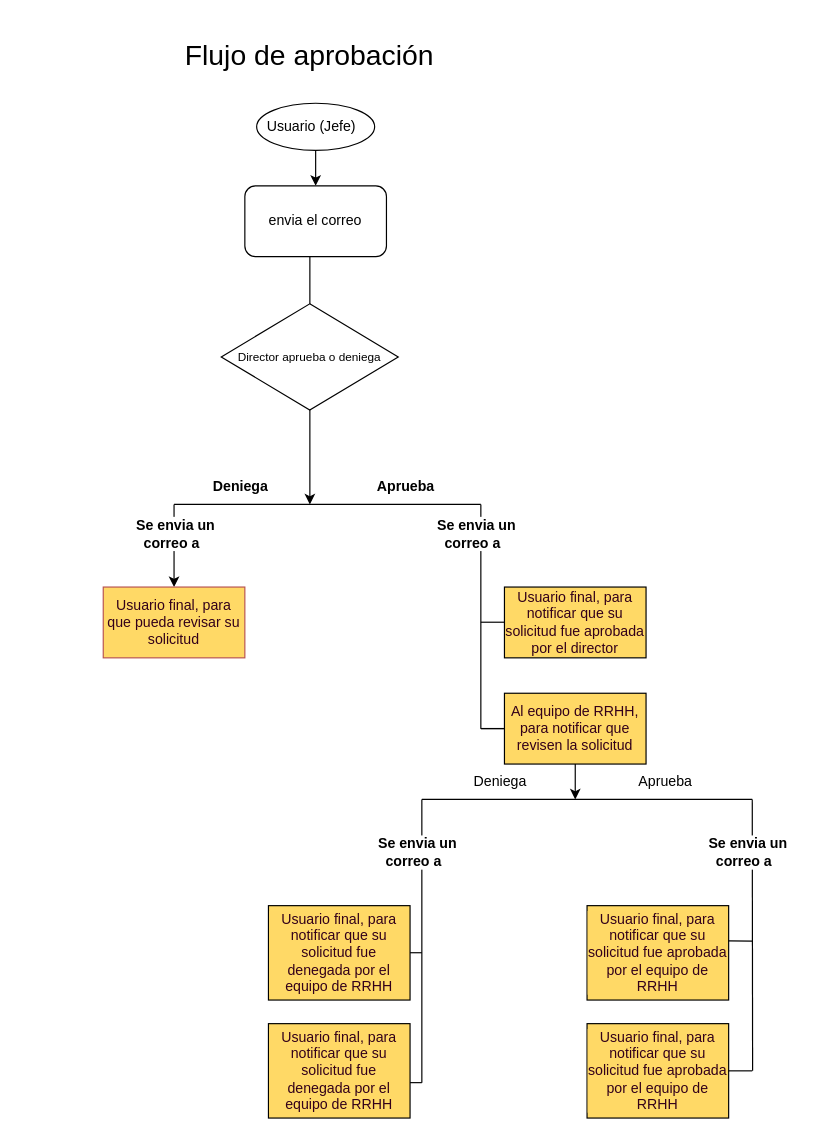
Above: page "Usuario Jefe" (2 of 3) of rrhh/Untitled Diagram.drawio in rmiambiente/DrawioInfo (draw.io), before the change. Source tidied: cells renumbered, new cells numbered last; positions are measured from the earlier drawing's top-left corner, leaving out a move shared by most shapes. Both pictures are drawn from the tidied source at 118%, with x=0, y=0 at pixel (103, 20).
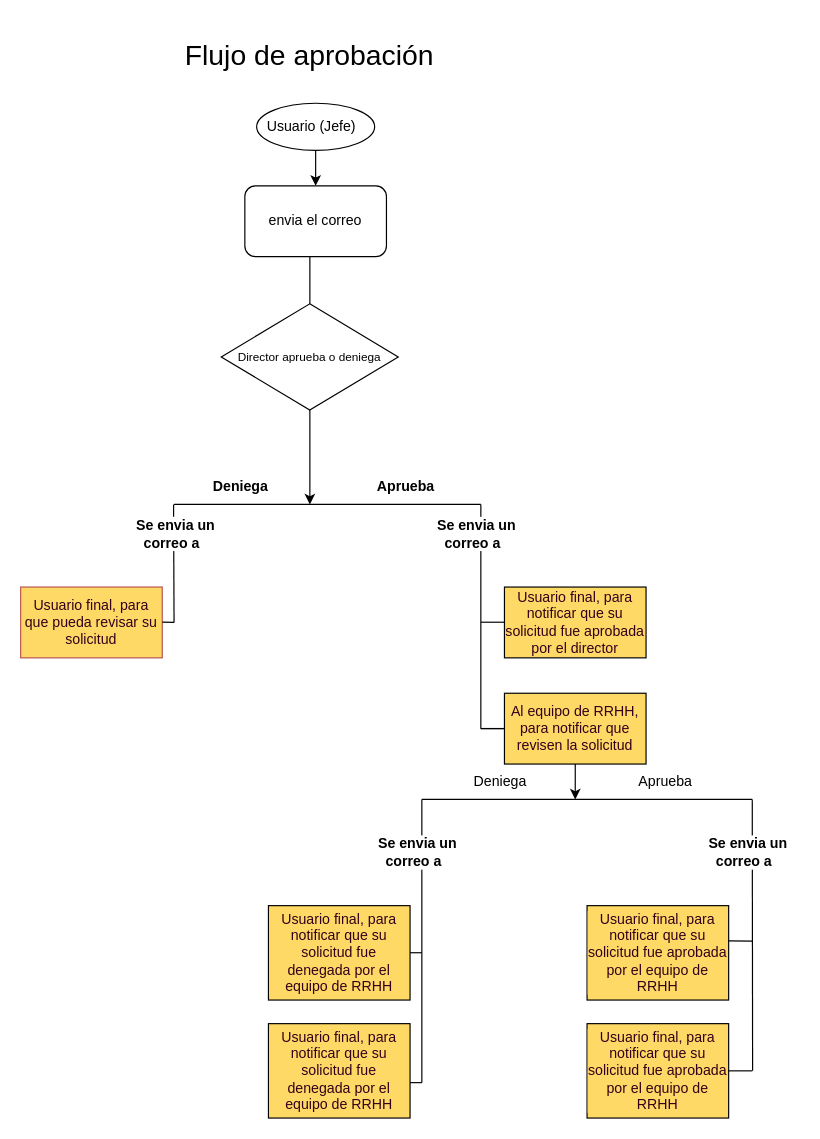
The same diagram, later.

Commit message:
Actualización con usuario 2 anexo.drawio

Diff of the diagram source:
```diff
@@
+    <mxCell id="37" style="endArrow=none;html=1;rounded=0;" parent="1" edge="1">
+      <mxGeometry relative="1" as="geometry">
+        <mxPoint x="60" y="510" as="sourcePoint" />
+        <mxPoint x="59.6" y="410" as="targetPoint" />
+      </mxGeometry>
+    </mxCell>
@@
-    <mxCell id="4" style="endArrow=classic;html=1;rounded=0;entryX=0.5;entryY=0;entryDx=0;entryDy=0;" parent="1" edge="1" target="12">
-      <mxGeometry relative="1" as="geometry">
-        <mxPoint x="60" y="410" as="sourcePoint" />
-      </mxGeometry>
-    </mxCell>
@@
     <mxCell id="12" value="Usuario final, para que pueda revisar su solicitud" style="rounded=0;whiteSpace=wrap;html=1;fillColor=#FFD966;strokeColor=#b85450;fontColor=#33001A;" parent="1" vertex="1">
-      <mxGeometry y="480" width="120" height="60" as="geometry" />
+      <mxGeometry x="-70" y="480" width="120" height="60" as="geometry" />
     </mxCell>
@@
+    <mxCell id="38" style="endArrow=none;html=1;rounded=0;fontColor=#33001A;" parent="1" edge="1">
+      <mxGeometry relative="1" as="geometry">
+        <mxPoint x="50" y="509.8" as="sourcePoint" />
+        <mxPoint x="60" y="510" as="targetPoint" />
+      </mxGeometry>
+    </mxCell>
```
